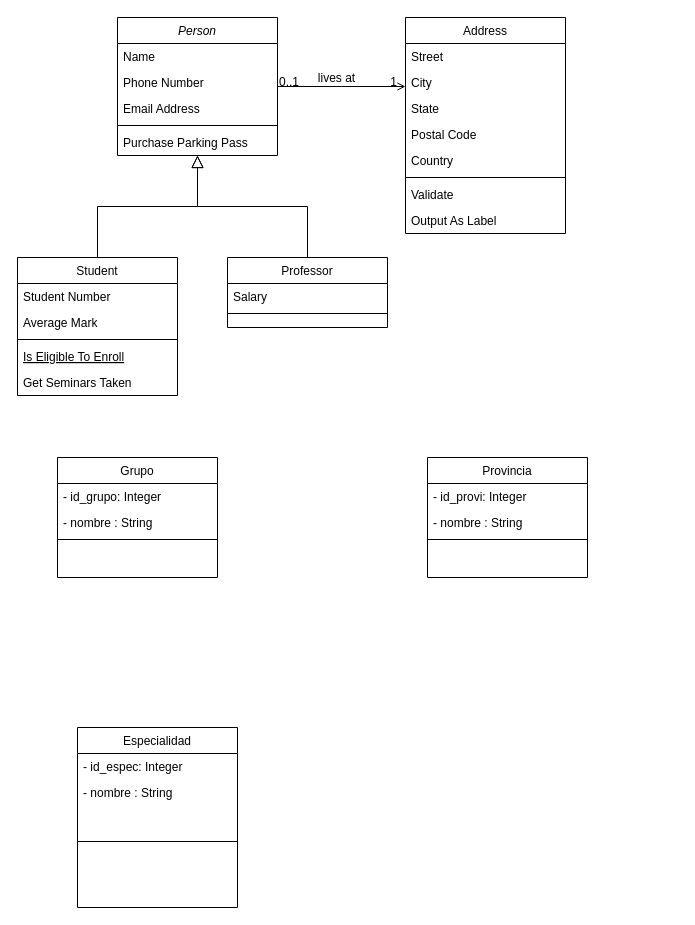
Before: diagramas/ClassDiagram.drawio in Castillo82/simuladordestinos, a draw.io diagram. Source tidied: cells renumbered, new cells numbered last; positions are measured from the earlier drawing's top-left corner, leaving out a move shared by most shapes. Both pictures are drawn from the tidied source at 100%, with x=0, y=0 at pixel (17, 17).
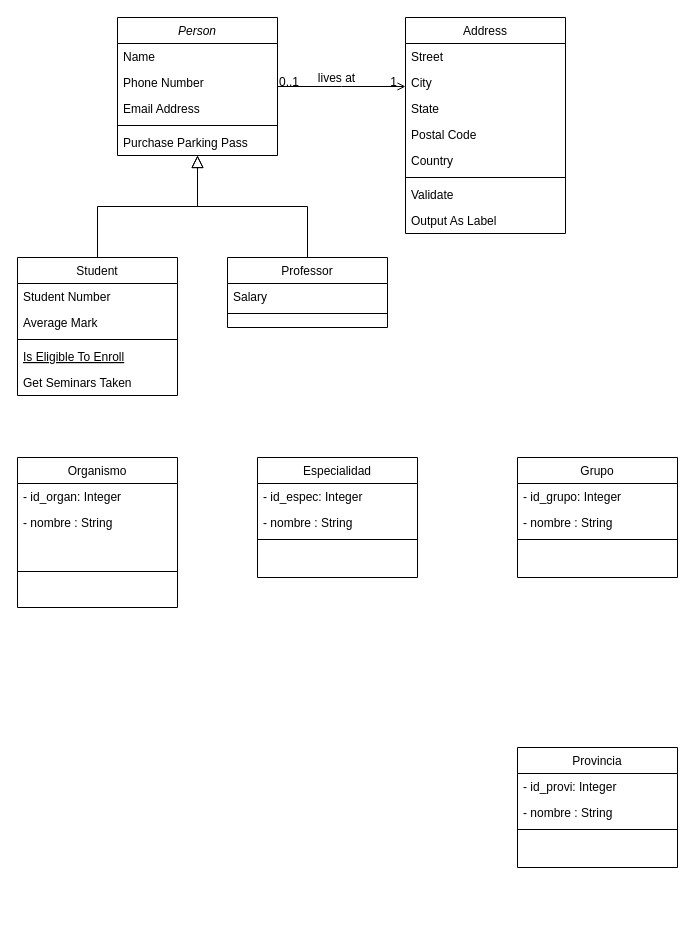
The same diagram, later.

What changed in the source:
```diff
@@
     <mxCell id="32" value="Provincia" style="swimlane;fontStyle=0;align=center;verticalAlign=top;horizontal=1;startSize=26;rounded=0;shadow=0;strokeWidth=1;" parent="1" vertex="1">
-      <mxGeometry x="410" y="440" width="160" height="120" as="geometry" />
+      <mxGeometry x="500" y="730" width="160" height="120" as="geometry" />
     </mxCell>
@@
-    <mxCell id="36" value="Grupo" style="swimlane;fontStyle=0;align=center;verticalAlign=top;horizontal=1;startSize=26;rounded=0;shadow=0;strokeWidth=1;" parent="1" vertex="1">
-      <mxGeometry x="40" y="440" width="160" height="120" as="geometry" />
+    <mxCell id="36" value="Especialidad" style="swimlane;fontStyle=0;align=center;verticalAlign=top;horizontal=1;startSize=26;rounded=0;shadow=0;strokeWidth=1;" parent="1" vertex="1">
+      <mxGeometry x="240" y="440" width="160" height="120" as="geometry" />
     </mxCell>
-    <mxCell id="37" value="- id_grupo: Integer" style="text;align=left;verticalAlign=top;spacingLeft=4;spacingRight=4;overflow=hidden;" parent="36" vertex="1">
+    <mxCell id="37" value="- id_espec: Integer" style="text;align=left;verticalAlign=top;spacingLeft=4;spacingRight=4;overflow=hidden;" parent="36" vertex="1">
       <mxGeometry y="26" width="160" height="26" as="geometry" />
     </mxCell>
@@
-    <mxCell id="40" value="Especialidad" style="swimlane;fontStyle=0;align=center;verticalAlign=top;horizontal=1;startSize=26;rounded=0;shadow=0;strokeWidth=1;" parent="1" vertex="1">
-      <mxGeometry x="60" y="710" width="160" height="180" as="geometry" />
+    <mxCell id="40" value="Organismo" style="swimlane;fontStyle=0;align=center;verticalAlign=top;horizontal=1;startSize=26;rounded=0;shadow=0;strokeWidth=1;" parent="1" vertex="1">
+      <mxGeometry y="440" width="160" height="150" as="geometry" />
     </mxCell>
-    <mxCell id="41" value="- id_espec: Integer" style="text;align=left;verticalAlign=top;spacingLeft=4;spacingRight=4;overflow=hidden;" parent="40" vertex="1">
+    <mxCell id="41" value="- id_organ: Integer" style="text;align=left;verticalAlign=top;spacingLeft=4;spacingRight=4;overflow=hidden;" parent="40" vertex="1">
       <mxGeometry y="26" width="160" height="26" as="geometry" />
     </mxCell>
@@
+    <mxCell id="44" value="Grupo" style="swimlane;fontStyle=0;align=center;verticalAlign=top;horizontal=1;startSize=26;rounded=0;shadow=0;strokeWidth=1;" parent="1" vertex="1">
+      <mxGeometry x="500" y="440" width="160" height="120" as="geometry" />
+    </mxCell>
+    <mxCell id="45" value="- id_grupo: Integer" style="text;align=left;verticalAlign=top;spacingLeft=4;spacingRight=4;overflow=hidden;" parent="44" vertex="1">
+      <mxGeometry y="26" width="160" height="26" as="geometry" />
+    </mxCell>
+    <mxCell id="46" value="- nombre : String" style="text;align=left;verticalAlign=top;spacingLeft=4;spacingRight=4;overflow=hidden;rounded=0;shadow=0;html=0;" parent="44" vertex="1">
+      <mxGeometry y="52" width="160" height="26" as="geometry" />
+    </mxCell>
+    <mxCell id="47" style="line;html=1;strokeWidth=1;align=left;verticalAlign=middle;spacingTop=-1;spacingLeft=3;spacingRight=3;labelPosition=right;" parent="44" vertex="1">
+      <mxGeometry y="78" width="160" height="8" as="geometry" />
+    </mxCell>
```
